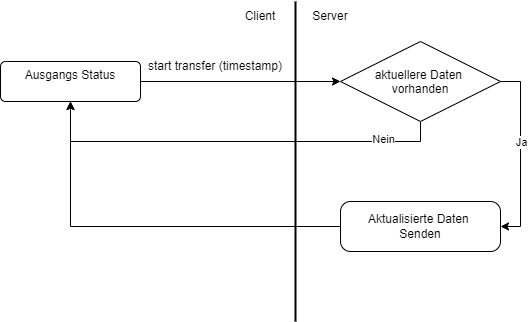
Above: ablage/timestamp-transfer.drawio.png in zuercheram/Master-Thesis (draw.io), before the change. Source tidied: cells renumbered, new cells last; positions are measured from the earlier drawing's top-left corner, leaving out a move shared by most shapes. The source it was exported from:
```xml
<mxGraphModel>
  <root>
    <mxCell id="0" />
    <mxCell id="1" parent="0" />
    <mxCell id="2" style="edgeStyle=orthogonalEdgeStyle;rounded=0;jettySize=auto;html=1;entryX=0.5;entryY=1;entryDx=0;entryDy=0;exitX=0.5;exitY=1;exitDx=0;exitDy=0;" parent="1" edge="1" source="6" target="8">
      <mxGeometry relative="1" as="geometry">
        <Array as="points">
          <mxPoint x="420" y="140" />
          <mxPoint x="70" y="140" />
        </Array>
      </mxGeometry>
    </mxCell>
    <mxCell id="3" value="Nein" style="edgeLabel;html=1;align=center;verticalAlign=middle;" parent="2" vertex="1">
      <mxGeometry x="-0.39" y="-3" relative="1" as="geometry">
        <mxPoint x="66" as="offset" />
      </mxGeometry>
    </mxCell>
    <mxCell id="4" style="edgeStyle=orthogonalEdgeStyle;rounded=0;jettySize=auto;html=1;entryX=1;entryY=0.5;entryDx=0;entryDy=0;" parent="1" edge="1" source="6" target="10">
      <mxGeometry relative="1" as="geometry">
        <Array as="points">
          <mxPoint x="520" y="80" />
          <mxPoint x="520" y="225" />
        </Array>
      </mxGeometry>
    </mxCell>
    <mxCell id="5" value="Ja" style="edgeLabel;html=1;align=center;verticalAlign=middle;" parent="4" vertex="1">
      <mxGeometry x="-0.14" relative="1" as="geometry" />
    </mxCell>
    <mxCell id="6" value="aktuellere Daten &#10;vorhanden" style="rhombus;" parent="1" vertex="1">
      <mxGeometry x="340" y="40" width="160" height="80" as="geometry" />
    </mxCell>
    <mxCell id="7" style="edgeStyle=orthogonalEdgeStyle;rounded=0;jettySize=auto;html=1;entryX=0;entryY=0.5;entryDx=0;entryDy=0;" parent="1" edge="1" source="8" target="6">
      <mxGeometry relative="1" as="geometry" />
    </mxCell>
    <mxCell id="8" value="Ausgangs Status" style="html=1;align=center;verticalAlign=top;rounded=1;absoluteArcSize=1;arcSize=10;dashed=0;whiteSpace=wrap;" parent="1" vertex="1">
      <mxGeometry y="60" width="140" height="40" as="geometry" />
    </mxCell>
    <mxCell id="9" style="edgeStyle=orthogonalEdgeStyle;rounded=0;jettySize=auto;html=1;entryX=0.5;entryY=1;entryDx=0;entryDy=0;" parent="1" edge="1" source="10" target="8">
      <mxGeometry relative="1" as="geometry" />
    </mxCell>
    <mxCell id="10" value="Aktualisierte Daten&amp;nbsp;&lt;div&gt;Senden&lt;/div&gt;" style="html=1;dashed=0;rounded=1;absoluteArcSize=1;arcSize=20;verticalAlign=middle;align=center;whiteSpace=wrap;" parent="1" vertex="1">
      <mxGeometry x="340" y="200" width="160" height="50" as="geometry" />
    </mxCell>
    <mxCell id="11" style="line;strokeWidth=2;direction=south;html=1;" parent="1" vertex="1">
      <mxGeometry x="290" width="10" height="320" as="geometry" />
    </mxCell>
    <mxCell id="12" value="Server" style="text;html=1;align=center;verticalAlign=middle;whiteSpace=wrap;rounded=0;" parent="1" vertex="1">
      <mxGeometry x="300" width="60" height="30" as="geometry" />
    </mxCell>
    <mxCell id="13" value="Client" style="text;html=1;align=center;verticalAlign=middle;whiteSpace=wrap;rounded=0;" parent="1" vertex="1">
      <mxGeometry x="230" width="60" height="30" as="geometry" />
    </mxCell>
    <mxCell id="14" value="start transfer (timestamp)" style="text;html=1;align=center;verticalAlign=middle;whiteSpace=wrap;rounded=0;" parent="1" vertex="1">
      <mxGeometry x="140" y="50" width="150" height="30" as="geometry" />
    </mxCell>
  </root>
</mxGraphModel>
```
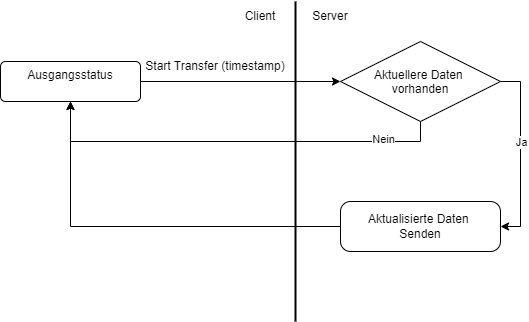
The same file after the commit.

Change to the diagram source:
```diff
@@ -26,13 +26,13 @@
     <mxCell id="5" value="Ja" style="edgeLabel;html=1;align=center;verticalAlign=middle;" parent="4" vertex="1">
       <mxGeometry x="-0.14" relative="1" as="geometry" />
     </mxCell>
-    <mxCell id="6" value="aktuellere Daten &#10;vorhanden" style="rhombus;" parent="1" vertex="1">
+    <mxCell id="6" value="Aktuellere Daten &#10;vorhanden" style="rhombus;" parent="1" vertex="1">
       <mxGeometry x="340" y="40" width="160" height="80" as="geometry" />
     </mxCell>
     <mxCell id="7" style="edgeStyle=orthogonalEdgeStyle;rounded=0;jettySize=auto;html=1;entryX=0;entryY=0.5;entryDx=0;entryDy=0;" parent="1" edge="1" source="8" target="6">
       <mxGeometry relative="1" as="geometry" />
     </mxCell>
-    <mxCell id="8" value="Ausgangs Status" style="html=1;align=center;verticalAlign=top;rounded=1;absoluteArcSize=1;arcSize=10;dashed=0;whiteSpace=wrap;" parent="1" vertex="1">
+    <mxCell id="8" value="Ausgangsstatus" style="html=1;align=center;verticalAlign=top;rounded=1;absoluteArcSize=1;arcSize=10;dashed=0;whiteSpace=wrap;" parent="1" vertex="1">
       <mxGeometry y="60" width="140" height="40" as="geometry" />
     </mxCell>
     <mxCell id="9" style="edgeStyle=orthogonalEdgeStyle;rounded=0;jettySize=auto;html=1;entryX=0.5;entryY=1;entryDx=0;entryDy=0;" parent="1" edge="1" source="10" target="8">
@@ -50,7 +50,7 @@
     <mxCell id="13" value="Client" style="text;html=1;align=center;verticalAlign=middle;whiteSpace=wrap;rounded=0;" parent="1" vertex="1">
       <mxGeometry x="230" width="60" height="30" as="geometry" />
     </mxCell>
-    <mxCell id="14" value="start transfer (timestamp)" style="text;html=1;align=center;verticalAlign=middle;whiteSpace=wrap;rounded=0;" parent="1" vertex="1">
+    <mxCell id="14" value="Start Transfer (timestamp)" style="text;html=1;align=center;verticalAlign=middle;whiteSpace=wrap;rounded=0;" parent="1" vertex="1">
       <mxGeometry x="140" y="50" width="150" height="30" as="geometry" />
     </mxCell>
   </root>
```
